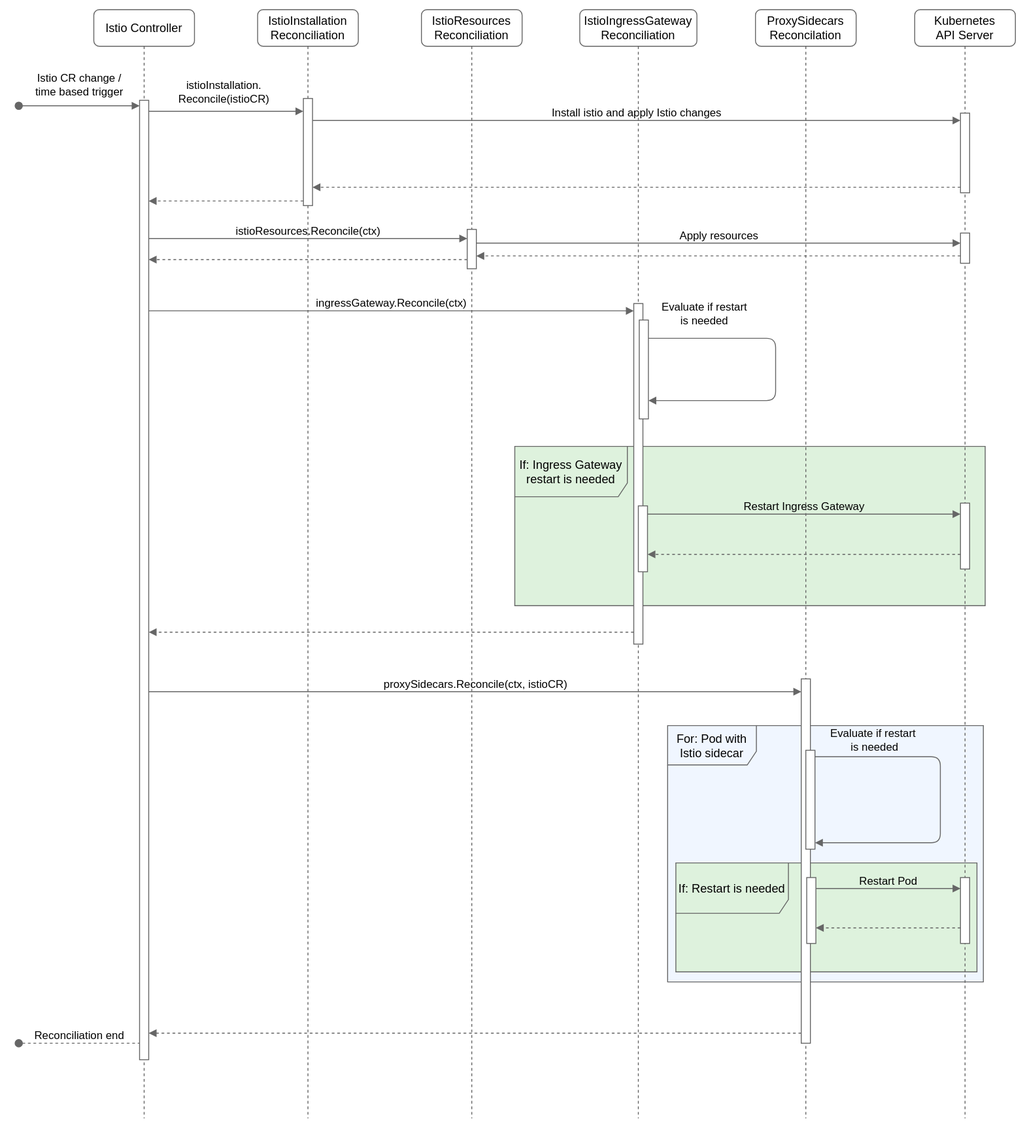
kyma-project/istio keeps this draw.io diagram as docs/assets/istio-controller-reconciliation-loop.svg. Above is the earlier version. Source tidied: cells renumbered, new cells last; positions are measured from the earlier drawing's top-left corner, leaving out a move shared by most shapes.
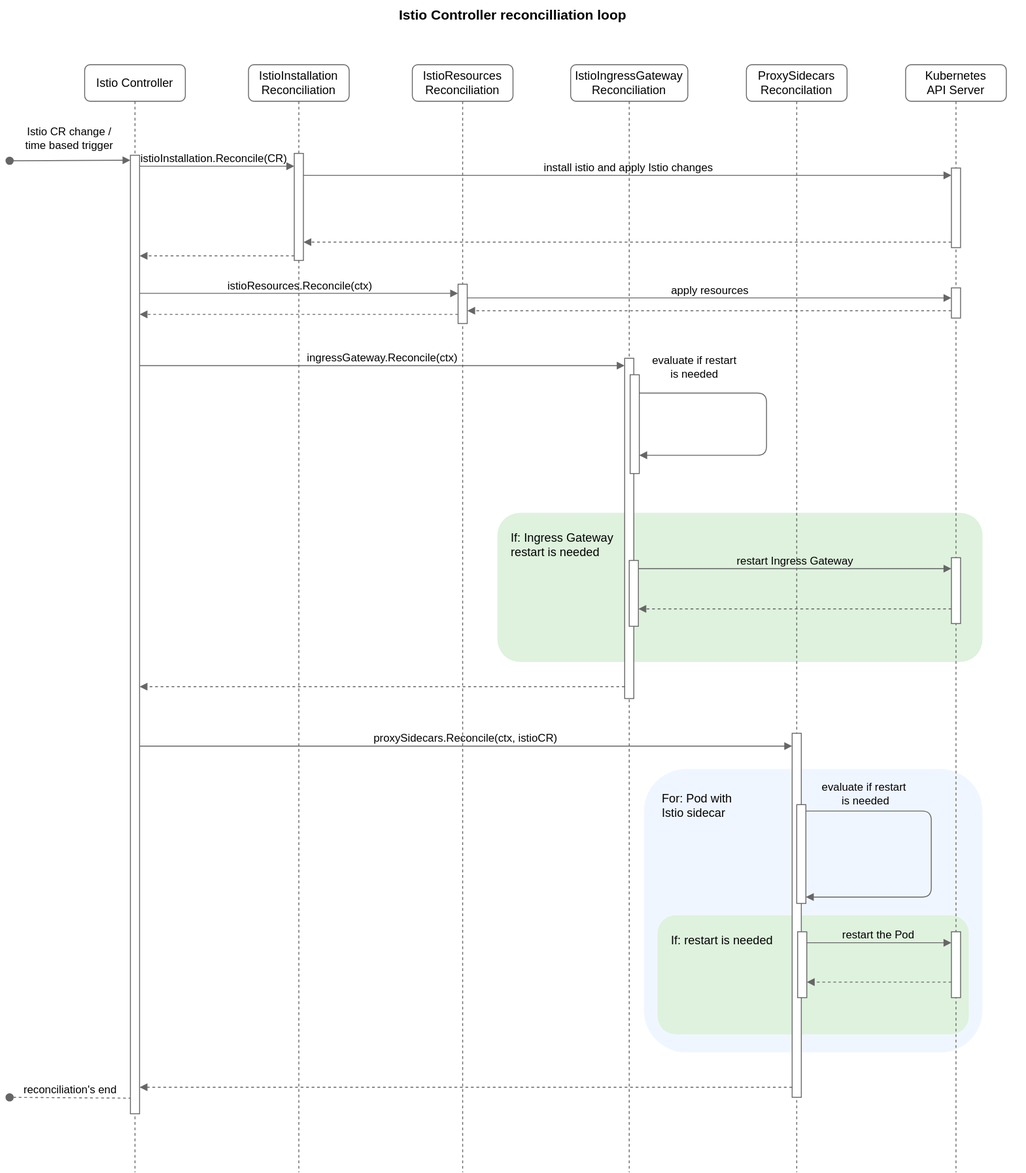
The same file after the commit.

Commit message:
Update diagram to match guidelines

Diff of the diagram source:
```diff
@@ -1,16 +1,16 @@
-<mxGraphModel background="#FFFFFF">
+<mxGraphModel>
   <root>
     <mxCell id="0" />
     <mxCell id="1" parent="0" />
+    <mxCell id="3" value="If: Ingress Gateway &#10;restart is needed" style="rounded=1;labelBackgroundColor=none;strokeWidth=1;fontFamily=Helvetica;fontSize=13;fillColor=#DEF2DD;strokeColor=none;verticalAlign=top;align=left;labelBorderColor=none;whiteSpace=wrap;spacingTop=0;spacingRight=0;spacing=15;fontStyle=0;" parent="1" vertex="1">
+      <mxGeometry x="533" y="490" width="530" height="163" as="geometry" />
+    </mxCell>
-    <mxCell id="2" value="For: Pod with Istio sidecar" style="shape=umlFrame;whiteSpace=wrap;html=1;strokeColor=#666666;fontFamily=Helvetica;fontSize=13;fontColor=#000000;fillColor=none;width=97;height=43;swimlaneFillColor=#F0F6FF;shadow=0;labelBackgroundColor=none;" parent="1" vertex="1">
-      <mxGeometry x="709" y="782" width="345" height="280" as="geometry" />
+    <mxCell id="2" value="For: Pod with &#10;Istio sidecar" style="rounded=1;labelBackgroundColor=none;strokeWidth=1;gradientColor=none;fontFamily=Helvetica;fontSize=13;fontColor=#000000;fillColor=#F0F6FF;strokeColor=none;verticalAlign=top;align=left;labelBorderColor=none;whiteSpace=wrap;spacingTop=0;spacingRight=0;spacing=20;fontStyle=0;" parent="1" vertex="1">
+      <mxGeometry x="693" y="770" width="370" height="310" as="geometry" />
     </mxCell>
-    <mxCell id="3" value="If: Ingress Gateway restart is needed" style="shape=umlFrame;whiteSpace=wrap;html=1;fontFamily=Helvetica;fontSize=13;fontColor=#000000;fillColor=none;swimlaneFillColor=#DEF2DD;strokeColor=#666666;width=123;height=55;perimeter=rectanglePerimeter;shadow=0;labelBackgroundColor=none;" parent="1" vertex="1">
-      <mxGeometry x="542" y="477" width="514" height="174" as="geometry" />
-    </mxCell>
-    <mxCell id="4" value="If: Restart is needed" style="shape=umlFrame;whiteSpace=wrap;html=1;fontFamily=Helvetica;fontSize=13;fillColor=none;swimlaneFillColor=#DEF2DD;strokeColor=#666666;width=123;height=55;perimeter=rectanglePerimeter;shadow=0;" parent="1" vertex="1">
-      <mxGeometry x="718" y="932" width="329" height="119" as="geometry" />
-    </mxCell>
+    <mxCell id="44" value="If: restart is needed" style="rounded=1;labelBackgroundColor=none;strokeWidth=1;fontFamily=Helvetica;fontSize=13;fillColor=#DEF2DD;strokeColor=none;verticalAlign=top;align=left;labelBorderColor=none;whiteSpace=wrap;spacingTop=0;spacingRight=0;spacing=15;fontStyle=0;" parent="1" vertex="1">
+      <mxGeometry x="708" y="930" width="340" height="130" as="geometry" />
+    </mxCell>
     <mxCell id="5" value="istioInstallation.Reconcile(CR)&lt;br style=&quot;font-size: 12px;&quot;&gt;" style="edgeStyle=elbowEdgeStyle;shape=connector;curved=0;rounded=0;jettySize=auto;elbow=vertical;html=1;labelBackgroundColor=none;strokeColor=#666666;fontFamily=Helvetica;fontSize=12;fontColor=#000000;endArrow=block;targetPerimeterSpacing=0;spacingTop=-17;" parent="1" edge="1" source="6" target="12">
       <mxGeometry relative="1" as="geometry">
         <Array as="points">
@@ -29,21 +29,21 @@
         <mxPoint y="105" as="sourcePoint" />
       </mxGeometry>
     </mxCell>
-    <mxCell id="9" value="Install istio and apply Istio changes" style="edgeStyle=elbowEdgeStyle;shape=connector;curved=0;rounded=0;jettySize=auto;elbow=vertical;html=1;labelBackgroundColor=none;strokeColor=#666666;fontFamily=Helvetica;fontSize=12;fontColor=#000000;endArrow=block;targetPerimeterSpacing=0;spacingTop=-17;" parent="1" edge="1" source="12" target="25">
+    <mxCell id="9" value="install istio and apply Istio changes" style="edgeStyle=elbowEdgeStyle;shape=connector;curved=0;rounded=0;jettySize=auto;elbow=vertical;html=1;labelBackgroundColor=none;strokeColor=#666666;fontFamily=Helvetica;fontSize=12;fontColor=#000000;endArrow=block;targetPerimeterSpacing=0;spacingTop=-17;" parent="1" edge="1" source="12" target="25">
       <mxGeometry relative="1" as="geometry">
         <Array as="points">
           <mxPoint x="675.5" y="121" />
         </Array>
       </mxGeometry>
     </mxCell>
-    <mxCell id="10" style="edgeStyle=elbowEdgeStyle;shape=connector;curved=0;rounded=0;jettySize=auto;elbow=vertical;html=1;labelBackgroundColor=none;strokeColor=#666666;fontFamily=Helvetica;fontSize=11;fontColor=#FFFFFF;endArrow=block;targetPerimeterSpacing=0;dashed=1;" parent="1" edge="1" source="12">
-      <mxGeometry relative="1" as="geometry">
-        <mxPoint x="142" y="209" as="targetPoint" />
-        <Array as="points">
-          <mxPoint x="217" y="209" />
-        </Array>
-      </mxGeometry>
-    </mxCell>
+    <mxCell id="45" style="edgeStyle=elbowEdgeStyle;shape=connector;curved=0;rounded=0;jettySize=auto;elbow=vertical;html=1;labelBackgroundColor=none;strokeColor=#666666;fontFamily=Helvetica;fontSize=11;fontColor=#FFFFFF;endArrow=block;targetPerimeterSpacing=0;dashed=1;" parent="1" edge="1" source="12">
+      <mxGeometry relative="1" as="geometry">
+        <mxPoint x="142" y="209" as="targetPoint" />
+        <Array as="points">
+          <mxPoint x="217" y="209" />
+        </Array>
+      </mxGeometry>
+    </mxCell>
     <mxCell id="11" value="IstioInstallation&lt;br style=&quot;font-size: 13px;&quot;&gt;Reconciliation" style="shape=umlLifeline;perimeter=lifelinePerimeter;whiteSpace=wrap;html=1;newEdgeStyle={&quot;edgeStyle&quot;:&quot;elbowEdgeStyle&quot;,&quot;elbow&quot;:&quot;vertical&quot;,&quot;curved&quot;:0,&quot;rounded&quot;:0};fillColor=none;fontColor=default;labelBorderColor=none;strokeColor=#666666;rounded=1;fontSize=13;" parent="1" vertex="1">
       <mxGeometry x="261" width="110" height="1211" as="geometry" />
     </mxCell>
@@ -59,7 +59,7 @@
     <mxCell id="15" value="IstioIngressGateway&lt;br style=&quot;font-size: 13px;&quot;&gt;Reconciliation" style="shape=umlLifeline;perimeter=lifelinePerimeter;whiteSpace=wrap;html=1;newEdgeStyle={&quot;edgeStyle&quot;:&quot;elbowEdgeStyle&quot;,&quot;elbow&quot;:&quot;vertical&quot;,&quot;curved&quot;:0,&quot;rounded&quot;:0};fillColor=none;fontColor=default;labelBorderColor=none;strokeColor=#666666;rounded=1;fontSize=13;" parent="1" vertex="1">
       <mxGeometry x="613" width="128" height="1211" as="geometry" />
     </mxCell>
-    <mxCell id="16" value="Evaluate if restart &lt;br style=&quot;font-size: 12px;&quot;&gt;is needed" style="edgeStyle=elbowEdgeStyle;shape=connector;rounded=1;orthogonalLoop=1;jettySize=auto;elbow=vertical;html=1;labelBackgroundColor=none;strokeColor=#666666;fontFamily=Helvetica;fontSize=12;fontColor=#000000;endArrow=block;targetPerimeterSpacing=0;spacingTop=-17;" parent="15" edge="1" source="18" target="18">
+    <mxCell id="16" value="evaluate if restart &lt;br style=&quot;font-size: 12px;&quot;&gt;is needed" style="edgeStyle=elbowEdgeStyle;shape=connector;rounded=1;orthogonalLoop=1;jettySize=auto;elbow=vertical;html=1;labelBackgroundColor=none;strokeColor=#666666;fontFamily=Helvetica;fontSize=12;fontColor=#000000;endArrow=block;targetPerimeterSpacing=0;spacingTop=-17;" parent="15" edge="1" source="18" target="18">
       <mxGeometry x="-0.65" y="19" relative="1" as="geometry">
         <Array as="points">
           <mxPoint x="214" y="427" />
@@ -81,7 +81,7 @@
     <mxCell id="21" style="html=1;points=[];perimeter=orthogonalPerimeter;outlineConnect=0;targetShapes=umlLifeline;portConstraint=eastwest;newEdgeStyle={&quot;edgeStyle&quot;:&quot;elbowEdgeStyle&quot;,&quot;elbow&quot;:&quot;vertical&quot;,&quot;curved&quot;:0,&quot;rounded&quot;:0};fontFamily=Helvetica;fontSize=11;fontColor=#FFFFFF;fillColor=#FFFFFF;strokeColor=#666666;" parent="19" vertex="1">
       <mxGeometry x="55" y="809" width="10" height="108" as="geometry" />
     </mxCell>
-    <mxCell id="22" value="Evaluate if restart&amp;nbsp;&lt;br style=&quot;border-color: var(--border-color); font-size: 12px;&quot;&gt;is needed" style="edgeStyle=elbowEdgeStyle;shape=connector;rounded=1;orthogonalLoop=1;jettySize=auto;elbow=vertical;html=1;labelBackgroundColor=none;strokeColor=#666666;fontFamily=Helvetica;fontSize=12;fontColor=#000000;endArrow=block;targetPerimeterSpacing=0;spacingTop=-17;" parent="19" edge="1" source="21" target="21">
+    <mxCell id="22" value="evaluate if restart&amp;nbsp;&lt;br style=&quot;border-color: var(--border-color); font-size: 12px;&quot;&gt;is needed" style="edgeStyle=elbowEdgeStyle;shape=connector;rounded=1;orthogonalLoop=1;jettySize=auto;elbow=vertical;html=1;labelBackgroundColor=none;strokeColor=#666666;fontFamily=Helvetica;fontSize=12;fontColor=#000000;endArrow=block;targetPerimeterSpacing=0;spacingTop=-17;" parent="19" edge="1" source="21" target="21">
       <mxGeometry x="-0.65" y="10" relative="1" as="geometry">
         <Array as="points">
           <mxPoint x="202" y="910" />
@@ -117,7 +117,7 @@
         </Array>
       </mxGeometry>
     </mxCell>
-    <mxCell id="30" value="Apply resources" style="edgeStyle=elbowEdgeStyle;shape=connector;curved=0;rounded=0;jettySize=auto;elbow=vertical;html=1;labelBackgroundColor=none;strokeColor=#666666;fontFamily=Helvetica;fontSize=12;fontColor=#000000;endArrow=block;targetPerimeterSpacing=0;spacingTop=-17;" parent="1" edge="1" source="14" target="26">
+    <mxCell id="30" value="apply resources" style="edgeStyle=elbowEdgeStyle;shape=connector;curved=0;rounded=0;jettySize=auto;elbow=vertical;html=1;labelBackgroundColor=none;strokeColor=#666666;fontFamily=Helvetica;fontSize=12;fontColor=#000000;endArrow=block;targetPerimeterSpacing=0;spacingTop=-17;" parent="1" edge="1" source="14" target="26">
       <mxGeometry relative="1" as="geometry">
         <Array as="points">
           <mxPoint x="765" y="255" />
@@ -147,23 +147,23 @@
         </Array>
       </mxGeometry>
     </mxCell>
-    <mxCell id="34" value="Restart Ingress Gateway" style="edgeStyle=elbowEdgeStyle;shape=connector;curved=0;rounded=0;jettySize=auto;elbow=vertical;html=1;labelBackgroundColor=none;strokeColor=#666666;fontFamily=Helvetica;fontSize=12;fontColor=#000000;endArrow=block;targetPerimeterSpacing=0;spacingTop=-17;" parent="1" edge="1" source="35" target="27">
-      <mxGeometry relative="1" as="geometry">
-        <Array as="points">
-          <mxPoint x="856" y="551" />
-        </Array>
-      </mxGeometry>
-    </mxCell>
-    <mxCell id="35" style="html=1;points=[];perimeter=orthogonalPerimeter;outlineConnect=0;targetShapes=umlLifeline;portConstraint=eastwest;newEdgeStyle={&quot;edgeStyle&quot;:&quot;elbowEdgeStyle&quot;,&quot;elbow&quot;:&quot;vertical&quot;,&quot;curved&quot;:0,&quot;rounded&quot;:0};fontFamily=Helvetica;fontSize=11;fontColor=#FFFFFF;fillColor=#FFFFFF;strokeColor=#666666;" parent="1" vertex="1">
-      <mxGeometry x="677" y="542" width="10" height="72" as="geometry" />
-    </mxCell>
-    <mxCell id="36" style="edgeStyle=elbowEdgeStyle;shape=connector;curved=0;rounded=0;jettySize=auto;elbow=vertical;html=1;labelBackgroundColor=none;strokeColor=#666666;fontFamily=Helvetica;fontSize=12;fontColor=#000000;endArrow=block;targetPerimeterSpacing=0;dashed=1;spacingTop=-17;" parent="1" edge="1" source="27" target="35">
-      <mxGeometry relative="1" as="geometry">
-        <Array as="points">
-          <mxPoint x="847" y="595" />
-        </Array>
-      </mxGeometry>
-    </mxCell>
+    <mxCell id="46" value="restart Ingress Gateway" style="edgeStyle=elbowEdgeStyle;shape=connector;curved=0;rounded=0;jettySize=auto;elbow=vertical;html=1;labelBackgroundColor=none;strokeColor=#666666;fontFamily=Helvetica;fontSize=12;fontColor=#000000;endArrow=block;targetPerimeterSpacing=0;spacingTop=-17;" parent="1" edge="1" source="47" target="27">
+      <mxGeometry relative="1" as="geometry">
+        <Array as="points">
+          <mxPoint x="856" y="551" />
+        </Array>
+      </mxGeometry>
+    </mxCell>
+    <mxCell id="47" style="html=1;points=[];perimeter=orthogonalPerimeter;outlineConnect=0;targetShapes=umlLifeline;portConstraint=eastwest;newEdgeStyle={&quot;edgeStyle&quot;:&quot;elbowEdgeStyle&quot;,&quot;elbow&quot;:&quot;vertical&quot;,&quot;curved&quot;:0,&quot;rounded&quot;:0};fontFamily=Helvetica;fontSize=11;fontColor=#FFFFFF;fillColor=#FFFFFF;strokeColor=#666666;" parent="1" vertex="1">
+      <mxGeometry x="677" y="542" width="10" height="72" as="geometry" />
+    </mxCell>
+    <mxCell id="48" style="edgeStyle=elbowEdgeStyle;shape=connector;curved=0;rounded=0;jettySize=auto;elbow=vertical;html=1;labelBackgroundColor=none;strokeColor=#666666;fontFamily=Helvetica;fontSize=12;fontColor=#000000;endArrow=block;targetPerimeterSpacing=0;dashed=1;spacingTop=-17;" parent="1" edge="1" source="27" target="47">
+      <mxGeometry relative="1" as="geometry">
+        <Array as="points">
+          <mxPoint x="847" y="595" />
+        </Array>
+      </mxGeometry>
+    </mxCell>
     <mxCell id="37" style="edgeStyle=elbowEdgeStyle;shape=connector;curved=0;rounded=0;jettySize=auto;elbow=vertical;html=1;labelBackgroundColor=none;strokeColor=#666666;fontFamily=Helvetica;fontSize=13;fontColor=#FFFFFF;endArrow=block;targetPerimeterSpacing=0;dashed=1;" parent="1" edge="1" source="17" target="7">
       <mxGeometry relative="1" as="geometry">
         <Array as="points">
@@ -180,23 +180,23 @@
         </Array>
       </mxGeometry>
     </mxCell>
-    <mxCell id="39" value="Restart Pod" style="edgeStyle=elbowEdgeStyle;shape=connector;curved=0;rounded=0;jettySize=auto;elbow=vertical;html=1;labelBackgroundColor=none;strokeColor=#666666;fontFamily=Helvetica;fontSize=12;fontColor=#000000;endArrow=block;targetPerimeterSpacing=0;spacingTop=-17;" parent="1" edge="1" source="40" target="28">
-      <mxGeometry relative="1" as="geometry">
-        <Array as="points">
-          <mxPoint x="945" y="960" />
-        </Array>
-      </mxGeometry>
-    </mxCell>
-    <mxCell id="40" style="html=1;points=[];perimeter=orthogonalPerimeter;outlineConnect=0;targetShapes=umlLifeline;portConstraint=eastwest;newEdgeStyle={&quot;edgeStyle&quot;:&quot;elbowEdgeStyle&quot;,&quot;elbow&quot;:&quot;vertical&quot;,&quot;curved&quot;:0,&quot;rounded&quot;:0};fontFamily=Helvetica;fontSize=11;fontColor=#FFFFFF;fillColor=#FFFFFF;strokeColor=#666666;" parent="1" vertex="1">
-      <mxGeometry x="861" y="948" width="10" height="72" as="geometry" />
-    </mxCell>
-    <mxCell id="41" style="edgeStyle=elbowEdgeStyle;shape=connector;curved=0;rounded=0;jettySize=auto;elbow=vertical;html=1;labelBackgroundColor=none;strokeColor=#666666;fontFamily=Helvetica;fontSize=13;fontColor=#FFFFFF;endArrow=block;targetPerimeterSpacing=0;dashed=1;" parent="1" edge="1" source="28" target="40">
-      <mxGeometry relative="1" as="geometry">
-        <Array as="points">
-          <mxPoint x="954" y="1003" />
-        </Array>
-      </mxGeometry>
-    </mxCell>
+    <mxCell id="49" value="restart the Pod" style="edgeStyle=elbowEdgeStyle;shape=connector;curved=0;rounded=0;jettySize=auto;elbow=vertical;html=1;labelBackgroundColor=none;strokeColor=#666666;fontFamily=Helvetica;fontSize=12;fontColor=#000000;endArrow=block;targetPerimeterSpacing=0;spacingTop=-17;" parent="1" edge="1" source="50" target="28">
+      <mxGeometry relative="1" as="geometry">
+        <Array as="points">
+          <mxPoint x="945" y="960" />
+        </Array>
+      </mxGeometry>
+    </mxCell>
+    <mxCell id="50" style="html=1;points=[];perimeter=orthogonalPerimeter;outlineConnect=0;targetShapes=umlLifeline;portConstraint=eastwest;newEdgeStyle={&quot;edgeStyle&quot;:&quot;elbowEdgeStyle&quot;,&quot;elbow&quot;:&quot;vertical&quot;,&quot;curved&quot;:0,&quot;rounded&quot;:0};fontFamily=Helvetica;fontSize=11;fontColor=#FFFFFF;fillColor=#FFFFFF;strokeColor=#666666;" parent="1" vertex="1">
+      <mxGeometry x="861" y="948" width="10" height="72" as="geometry" />
+    </mxCell>
+    <mxCell id="51" style="edgeStyle=elbowEdgeStyle;shape=connector;curved=0;rounded=0;jettySize=auto;elbow=vertical;html=1;labelBackgroundColor=none;strokeColor=#666666;fontFamily=Helvetica;fontSize=13;fontColor=#FFFFFF;endArrow=block;targetPerimeterSpacing=0;dashed=1;" parent="1" edge="1" source="28" target="50">
+      <mxGeometry relative="1" as="geometry">
+        <Array as="points">
+          <mxPoint x="954" y="1003" />
+        </Array>
+      </mxGeometry>
+    </mxCell>
     <mxCell id="42" style="edgeStyle=elbowEdgeStyle;shape=connector;curved=0;rounded=0;jettySize=auto;elbow=vertical;html=1;labelBackgroundColor=none;strokeColor=#666666;fontFamily=Helvetica;fontSize=13;fontColor=#FFFFFF;endArrow=block;targetPerimeterSpacing=0;dashed=1;" parent="1" edge="1" source="20" target="7">
       <mxGeometry relative="1" as="geometry">
         <Array as="points">
@@ -204,10 +204,13 @@
         </Array>
       </mxGeometry>
     </mxCell>
-    <mxCell id="43" value="Reconciliation end" style="html=1;verticalAlign=middle;startArrow=oval;startFill=1;endArrow=none;startSize=8;edgeStyle=elbowEdgeStyle;elbow=vertical;curved=0;rounded=0;strokeColor=#666666;labelBackgroundColor=none;fontColor=#000000;fontSize=12;endFill=0;dashed=1;targetPerimeterSpacing=0;spacingTop=-17;" parent="1" edge="1" target="7">
-      <mxGeometry relative="1" as="geometry">
-        <mxPoint y="1129" as="sourcePoint" />
-      </mxGeometry>
-    </mxCell>
+    <mxCell id="52" value="reconciliation's end" style="html=1;verticalAlign=middle;startArrow=oval;startFill=1;endArrow=none;startSize=8;edgeStyle=elbowEdgeStyle;elbow=vertical;curved=0;rounded=0;strokeColor=#666666;labelBackgroundColor=none;fontColor=#000000;fontSize=12;endFill=0;dashed=1;targetPerimeterSpacing=0;spacingTop=-17;" parent="1" edge="1" target="7">
+      <mxGeometry relative="1" as="geometry">
+        <mxPoint y="1129" as="sourcePoint" />
+      </mxGeometry>
+    </mxCell>
+    <mxCell id="53" value="Istio Controller reconcilliation loop" style="text;html=1;strokeColor=none;fillColor=none;align=center;verticalAlign=middle;whiteSpace=wrap;rounded=0;spacing=2;fontSize=15;fontStyle=1;" parent="1" vertex="1">
+      <mxGeometry x="-10" y="-70" width="1120" height="30" as="geometry" />
+    </mxCell>
   </root>
 </mxGraphModel>
```
